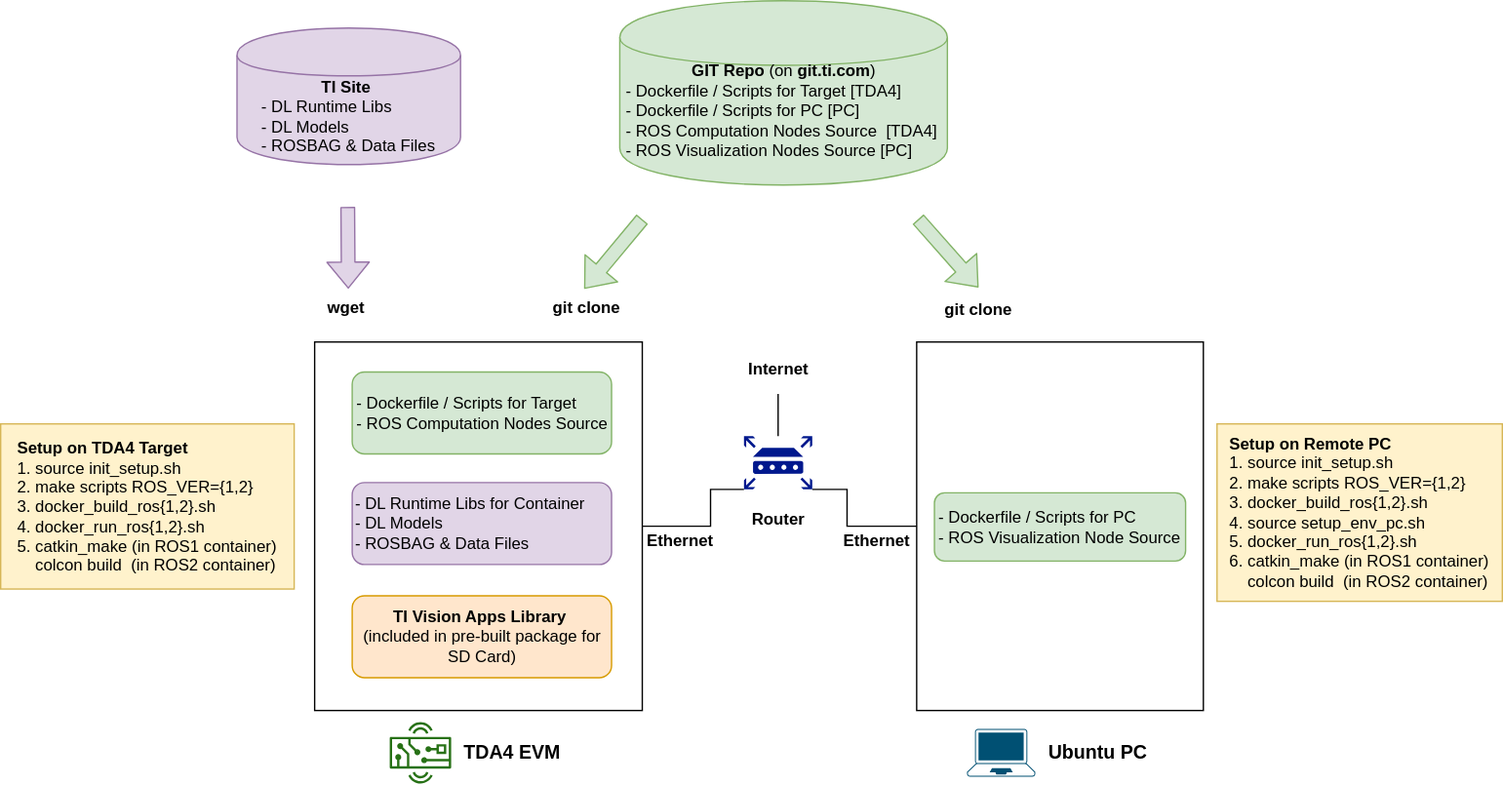
Earlier version of the draw.io export docker/docs/tiovx_ros_setup.svg (shun-li-casia/robotics_sdk_tda4vm). Source tidied: cells renumbered, new cells last; positions are measured from the earlier drawing's top-left corner, leaving out a move shared by most shapes.
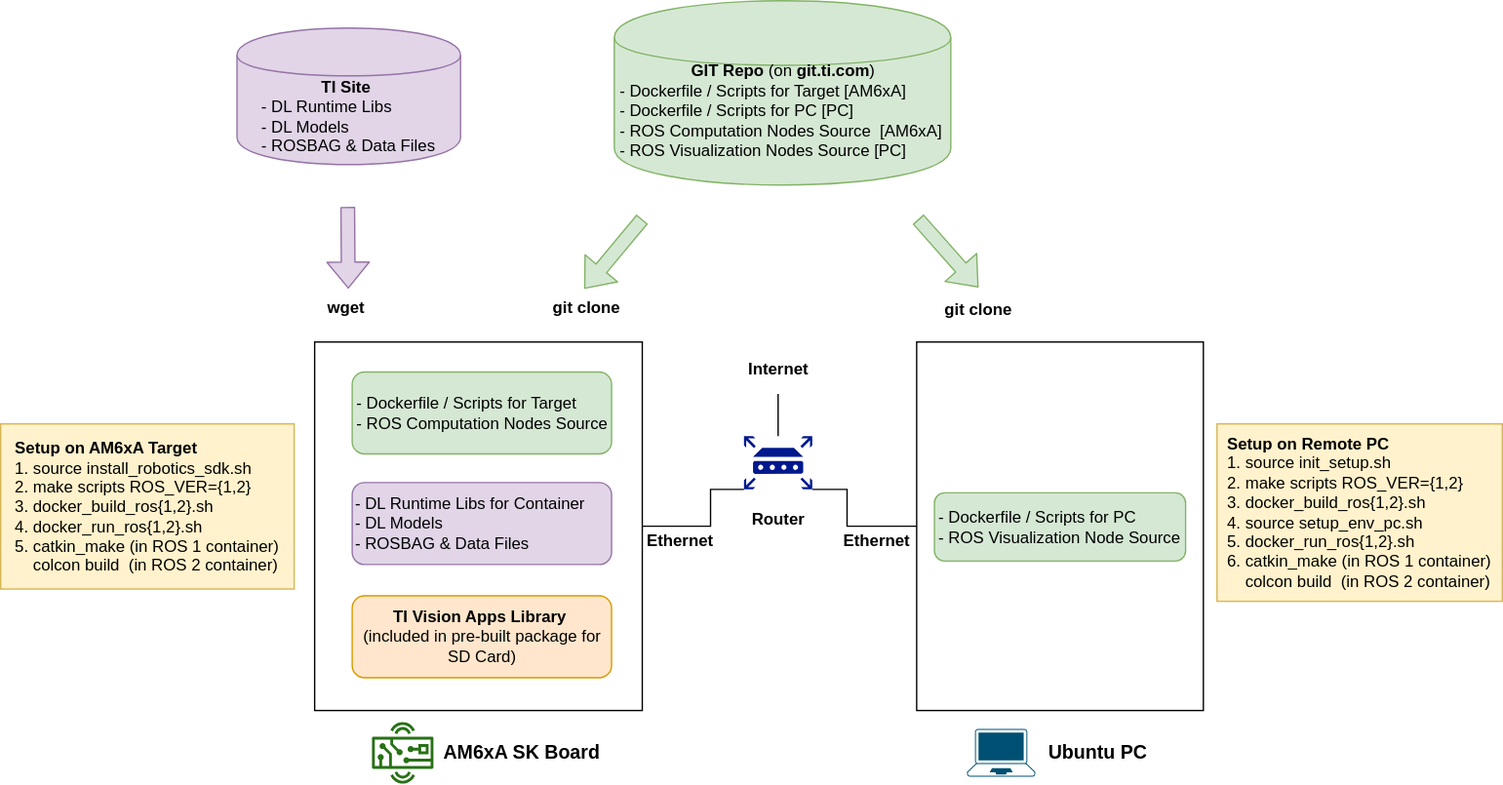
After the change.

Diff of the diagram source:
```diff
@@ -17,8 +17,8 @@
     <mxCell id="6" value="&lt;div style=&quot;text-align: left&quot;&gt;- Dockerfile / Scripts for PC&lt;/div&gt;&lt;div style=&quot;text-align: left&quot;&gt;&lt;span&gt;- ROS Visualization Node Source&lt;/span&gt;&lt;/div&gt;" style="rounded=1;whiteSpace=wrap;html=1;fillColor=#d5e8d4;strokeColor=#82b366;" parent="1" vertex="1">
       <mxGeometry x="684" y="360.5" width="184" height="50" as="geometry" />
     </mxCell>
-    <mxCell id="7" value="&lt;b&gt;GIT Repo&amp;nbsp;&lt;/b&gt;(on &lt;b&gt;git.ti.com&lt;/b&gt;)&lt;br&gt;&lt;div style=&quot;text-align: left&quot;&gt;&lt;span&gt;- Dockerfile / Scripts for Target [TDA4]&lt;/span&gt;&lt;br&gt;&lt;/div&gt;&lt;div style=&quot;text-align: left&quot;&gt;&lt;div&gt;- Dockerfile / Scripts for PC [PC]&lt;br&gt;&lt;/div&gt;&lt;div&gt;&lt;span&gt;- ROS Computation Nodes Source&amp;nbsp; [TDA4]&amp;nbsp;&lt;/span&gt;&lt;br&gt;&lt;/div&gt;&lt;/div&gt;&lt;div style=&quot;text-align: left&quot;&gt;&lt;span&gt;- ROS Visualization Nodes Source [PC]&amp;nbsp;&lt;/span&gt;&lt;br&gt;&lt;/div&gt;&lt;div style=&quot;text-align: left&quot;&gt;&lt;span&gt;&lt;br&gt;&lt;/span&gt;&lt;/div&gt;" style="shape=cylinder;whiteSpace=wrap;html=1;boundedLbl=1;backgroundOutline=1;fontFamily=Helvetica;fontSize=12;align=center;strokeColor=#82b366;fillColor=#d5e8d4;" parent="1" vertex="1">
-      <mxGeometry x="453.5" width="240" height="135" as="geometry" />
+    <mxCell id="7" value="&lt;b&gt;GIT Repo&amp;nbsp;&lt;/b&gt;(on &lt;b&gt;git.ti.com&lt;/b&gt;)&lt;br&gt;&lt;div style=&quot;text-align: left&quot;&gt;&lt;span&gt;- Dockerfile / Scripts for Target [AM6xA]&lt;/span&gt;&lt;br&gt;&lt;/div&gt;&lt;div style=&quot;text-align: left&quot;&gt;&lt;div&gt;- Dockerfile / Scripts for PC [PC]&lt;br&gt;&lt;/div&gt;&lt;div&gt;&lt;span&gt;- ROS Computation Nodes Source&amp;nbsp; [AM6xA]&amp;nbsp;&lt;/span&gt;&lt;br&gt;&lt;/div&gt;&lt;/div&gt;&lt;div style=&quot;text-align: left&quot;&gt;&lt;span&gt;- ROS Visualization Nodes Source [PC]&amp;nbsp;&lt;/span&gt;&lt;br&gt;&lt;/div&gt;&lt;div style=&quot;text-align: left&quot;&gt;&lt;span&gt;&lt;br&gt;&lt;/span&gt;&lt;/div&gt;" style="shape=cylinder;whiteSpace=wrap;html=1;boundedLbl=1;backgroundOutline=1;fontFamily=Helvetica;fontSize=12;align=center;strokeColor=#82b366;fillColor=#d5e8d4;" parent="1" vertex="1">
+      <mxGeometry x="449.5" width="246.5" height="135" as="geometry" />
     </mxCell>
     <mxCell id="8" style="shape=flexArrow;endArrow=classic;html=1;fillColor=#d5e8d4;strokeColor=#82b366;" parent="1" edge="1">
       <mxGeometry relative="1" as="geometry">
@@ -32,11 +32,11 @@
     <mxCell id="10" value="&lt;b&gt;&lt;font style=&quot;font-size: 14px&quot;&gt;Ubuntu PC&lt;/font&gt;&lt;/b&gt;" style="text;html=1;strokeColor=none;fillColor=none;align=center;verticalAlign=middle;whiteSpace=wrap;rounded=0;" parent="1" vertex="1">
       <mxGeometry x="764.1" y="541" width="80" height="20" as="geometry" />
     </mxCell>
-    <mxCell id="11" value="&lt;b&gt;&lt;font style=&quot;font-size: 14px&quot;&gt;TDA4 EVM&lt;/font&gt;&lt;/b&gt;" style="text;html=1;strokeColor=none;fillColor=none;align=center;verticalAlign=middle;whiteSpace=wrap;rounded=0;" parent="1" vertex="1">
-      <mxGeometry x="330" y="541" width="90" height="20" as="geometry" />
+    <mxCell id="11" value="&lt;b&gt;&lt;font style=&quot;font-size: 14px&quot;&gt;AM6xA SK Board&lt;/font&gt;&lt;/b&gt;" style="text;html=1;strokeColor=none;fillColor=none;align=center;verticalAlign=middle;whiteSpace=wrap;rounded=0;" parent="1" vertex="1">
+      <mxGeometry x="317" y="541" width="130" height="20" as="geometry" />
     </mxCell>
     <mxCell id="12" style="fontColor=#232F3E;gradientColor=none;fillColor=#277116;strokeColor=none;dashed=0;verticalLabelPosition=bottom;verticalAlign=top;align=center;html=1;fontSize=12;fontStyle=0;shape=mxgraph.aws4.hardware_board;" parent="1" vertex="1">
-      <mxGeometry x="285" y="528.5" width="45" height="45" as="geometry" />
+      <mxGeometry x="272" y="528.5" width="45" height="45" as="geometry" />
     </mxCell>
     <mxCell id="13" style="verticalLabelPosition=bottom;html=1;verticalAlign=top;align=center;shape=mxgraph.cisco19.laptop;fillColor=#005073;strokeColor=none;" parent="1" vertex="1">
       <mxGeometry x="707.9" y="533.5" width="50" height="35" as="geometry" />
@@ -95,10 +95,10 @@
     <mxCell id="25" value="&lt;div&gt;&lt;div&gt;- DL Runtime Libs for Container&lt;/div&gt;&lt;div&gt;- DL Models&lt;/div&gt;&lt;div&gt;- ROSBAG &amp;amp; Data Files&lt;/div&gt;&lt;/div&gt;" style="rounded=1;whiteSpace=wrap;html=1;fillColor=#e1d5e7;strokeColor=#9673a6;align=left;" parent="1" vertex="1">
       <mxGeometry x="257.5" y="353" width="190" height="60" as="geometry" />
     </mxCell>
-    <mxCell id="26" value="&lt;div style=&quot;text-align: left&quot;&gt;&lt;span&gt;&lt;b&gt;Setup on TDA4 Target&lt;/b&gt;&lt;/span&gt;&lt;/div&gt;&lt;div style=&quot;text-align: left&quot;&gt;&lt;span&gt;1. source init_setup.sh&lt;/span&gt;&lt;/div&gt;&lt;div style=&quot;text-align: left&quot;&gt;&lt;span&gt;2. make scripts ROS_VER={1,2}&lt;/span&gt;&lt;br&gt;&lt;/div&gt;&lt;div style=&quot;text-align: left&quot;&gt;&lt;span&gt;3. docker_build_ros{1,2}.sh&lt;/span&gt;&lt;br&gt;&lt;/div&gt;&lt;div style=&quot;text-align: left&quot;&gt;&lt;span&gt;4. docker_run_ros{1,2}.sh&lt;/span&gt;&lt;/div&gt;&lt;div style=&quot;text-align: left&quot;&gt;&lt;span&gt;5. catkin_make (in ROS1 container)&lt;br&gt;&amp;nbsp; &amp;nbsp; colcon build&amp;nbsp; (in ROS2 container)&lt;/span&gt;&lt;/div&gt;" style="rounded=0;whiteSpace=wrap;html=1;fillColor=#fff2cc;strokeColor=#d6b656;" parent="1" vertex="1">
+    <mxCell id="26" value="&lt;div style=&quot;text-align: left&quot;&gt;&lt;span&gt;&lt;b&gt;Setup on AM6xA Target&lt;/b&gt;&lt;/span&gt;&lt;/div&gt;&lt;div style=&quot;text-align: left&quot;&gt;&lt;span&gt;1. source install_robotics_sdk.sh&lt;/span&gt;&lt;/div&gt;&lt;div style=&quot;text-align: left&quot;&gt;&lt;span&gt;2. make scripts ROS_VER={1,2}&lt;/span&gt;&lt;br&gt;&lt;/div&gt;&lt;div style=&quot;text-align: left&quot;&gt;&lt;span&gt;3. docker_build_ros{1,2}.sh&lt;/span&gt;&lt;br&gt;&lt;/div&gt;&lt;div style=&quot;text-align: left&quot;&gt;&lt;span&gt;4. docker_run_ros{1,2}.sh&lt;/span&gt;&lt;/div&gt;&lt;div style=&quot;text-align: left&quot;&gt;&lt;span&gt;5. catkin_make (in ROS 1 container)&lt;br&gt;&amp;nbsp; &amp;nbsp; colcon build&amp;nbsp; (in ROS 2 container)&lt;/span&gt;&lt;/div&gt;" style="rounded=0;whiteSpace=wrap;html=1;fillColor=#fff2cc;strokeColor=#d6b656;" parent="1" vertex="1">
       <mxGeometry y="310" width="215" height="121" as="geometry" />
     </mxCell>
-    <mxCell id="27" value="&lt;div style=&quot;text-align: left&quot;&gt;&lt;span&gt;&lt;b&gt;Setup on Remote PC&lt;/b&gt;&lt;/span&gt;&lt;/div&gt;&lt;div style=&quot;text-align: left&quot;&gt;&lt;span&gt;1. source init_setup.sh&lt;/span&gt;&lt;/div&gt;&lt;div style=&quot;text-align: left&quot;&gt;&lt;span&gt;2. make scripts ROS_VER={1,2}&lt;/span&gt;&lt;br&gt;&lt;/div&gt;&lt;div style=&quot;text-align: left&quot;&gt;&lt;div&gt;3. docker_build_ros{1,2}.sh&lt;br&gt;&lt;/div&gt;&lt;div&gt;&lt;div&gt;4. source setup_env_pc.sh&lt;/div&gt;&lt;div&gt;&lt;/div&gt;&lt;/div&gt;&lt;div&gt;5. docker_run_ros{1,2}.sh&lt;/div&gt;&lt;div&gt;6. catkin_make (in ROS1 container)&lt;br&gt;&amp;nbsp; &amp;nbsp; colcon build&amp;nbsp; (in ROS2 container)&lt;/div&gt;&lt;/div&gt;" style="rounded=0;whiteSpace=wrap;html=1;fillColor=#fff2cc;strokeColor=#d6b656;" parent="1" vertex="1">
+    <mxCell id="27" value="&lt;div style=&quot;text-align: left&quot;&gt;&lt;span&gt;&lt;b&gt;Setup on Remote PC&lt;/b&gt;&lt;/span&gt;&lt;/div&gt;&lt;div style=&quot;text-align: left&quot;&gt;&lt;span&gt;1. source init_setup.sh&lt;/span&gt;&lt;/div&gt;&lt;div style=&quot;text-align: left&quot;&gt;&lt;span&gt;2. make scripts ROS_VER={1,2}&lt;/span&gt;&lt;br&gt;&lt;/div&gt;&lt;div style=&quot;text-align: left&quot;&gt;&lt;div&gt;3. docker_build_ros{1,2}.sh&lt;br&gt;&lt;/div&gt;&lt;div&gt;&lt;div&gt;4. source setup_env_pc.sh&lt;/div&gt;&lt;div&gt;&lt;/div&gt;&lt;/div&gt;&lt;div&gt;5. docker_run_ros{1,2}.sh&lt;/div&gt;&lt;div&gt;6. catkin_make (in ROS 1 container)&lt;br&gt;&amp;nbsp; &amp;nbsp; colcon build&amp;nbsp; (in ROS 2 container)&lt;/div&gt;&lt;/div&gt;" style="rounded=0;whiteSpace=wrap;html=1;fillColor=#fff2cc;strokeColor=#d6b656;" parent="1" vertex="1">
       <mxGeometry x="891" y="310" width="209" height="130" as="geometry" />
     </mxCell>
     <mxCell id="28" value="&lt;span&gt;&lt;b&gt;Ethernet&lt;/b&gt;&lt;/span&gt;" style="text;html=1;strokeColor=none;fillColor=none;align=center;verticalAlign=middle;whiteSpace=wrap;rounded=0;fontStyle=0;" parent="1" vertex="1">
```
